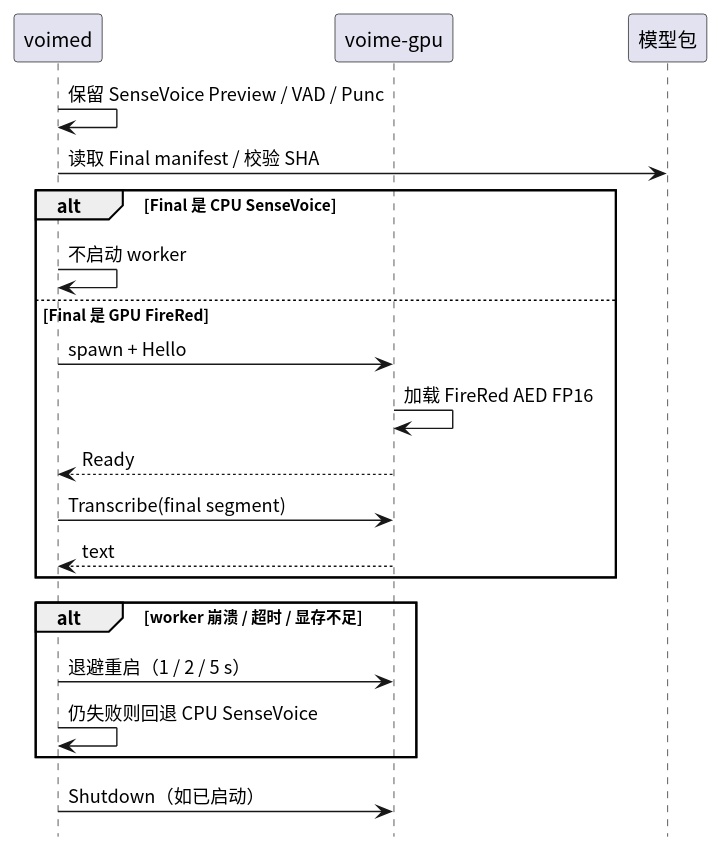
Earlier version of the PlantUML export crates/voime-gpu/diagram/lifecycle.svg (54m43lJ/voime).
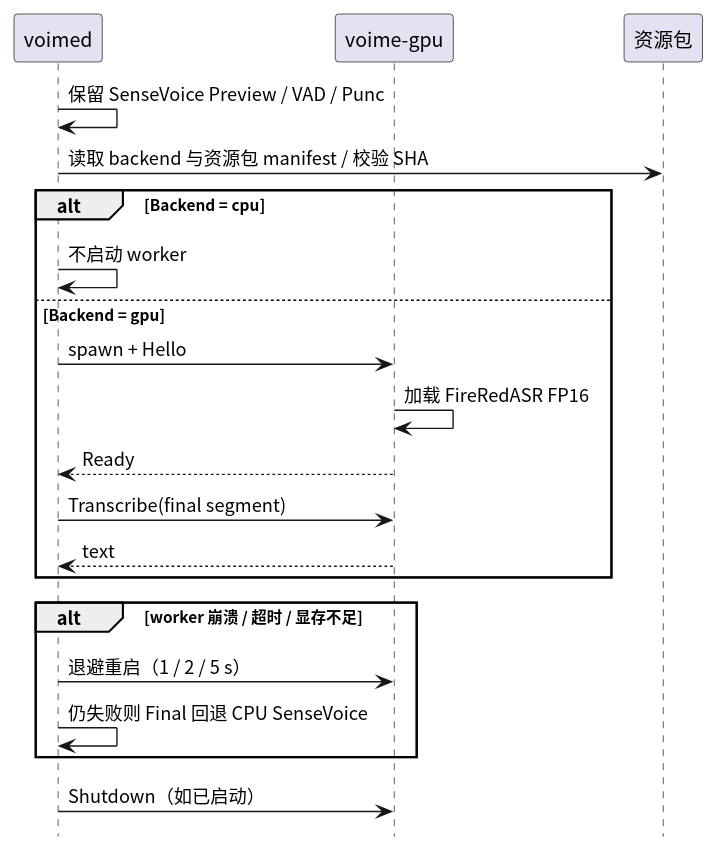
After the commit.

Diff of the diagram source:
```diff
@@ -5,22 +5,22 @@
 
 participant "voimed" as Daemon
 participant "voime-gpu" as Worker
-participant "模型包" as Package
+participant "资源包" as Package
 
 Daemon -> Daemon : 保留 SenseVoice Preview / VAD / Punc
-Daemon -> Package : 读取 Final manifest / 校验 SHA
-alt Final 是 CPU SenseVoice
+Daemon -> Package : 读取 backend 与资源包 manifest / 校验 SHA
+alt Backend = cpu
   Daemon -> Daemon : 不启动 worker
-else Final 是 GPU FireRed
+else Backend = gpu
   Daemon -> Worker : spawn + Hello
-  Worker -> Worker : 加载 FireRed AED FP16
+  Worker -> Worker : 加载 FireRedASR FP16
   Worker --> Daemon : Ready
   Daemon -> Worker : Transcribe(final segment)
   Worker --> Daemon : text
 end
 alt worker 崩溃 / 超时 / 显存不足
   Daemon -> Worker : 退避重启（1 / 2 / 5 s）
-  Daemon -> Daemon : 仍失败则回退 CPU SenseVoice
+  Daemon -> Daemon : 仍失败则 Final 回退 CPU SenseVoice
 end
 Daemon -> Worker : Shutdown（如已启动）
 @enduml
```
